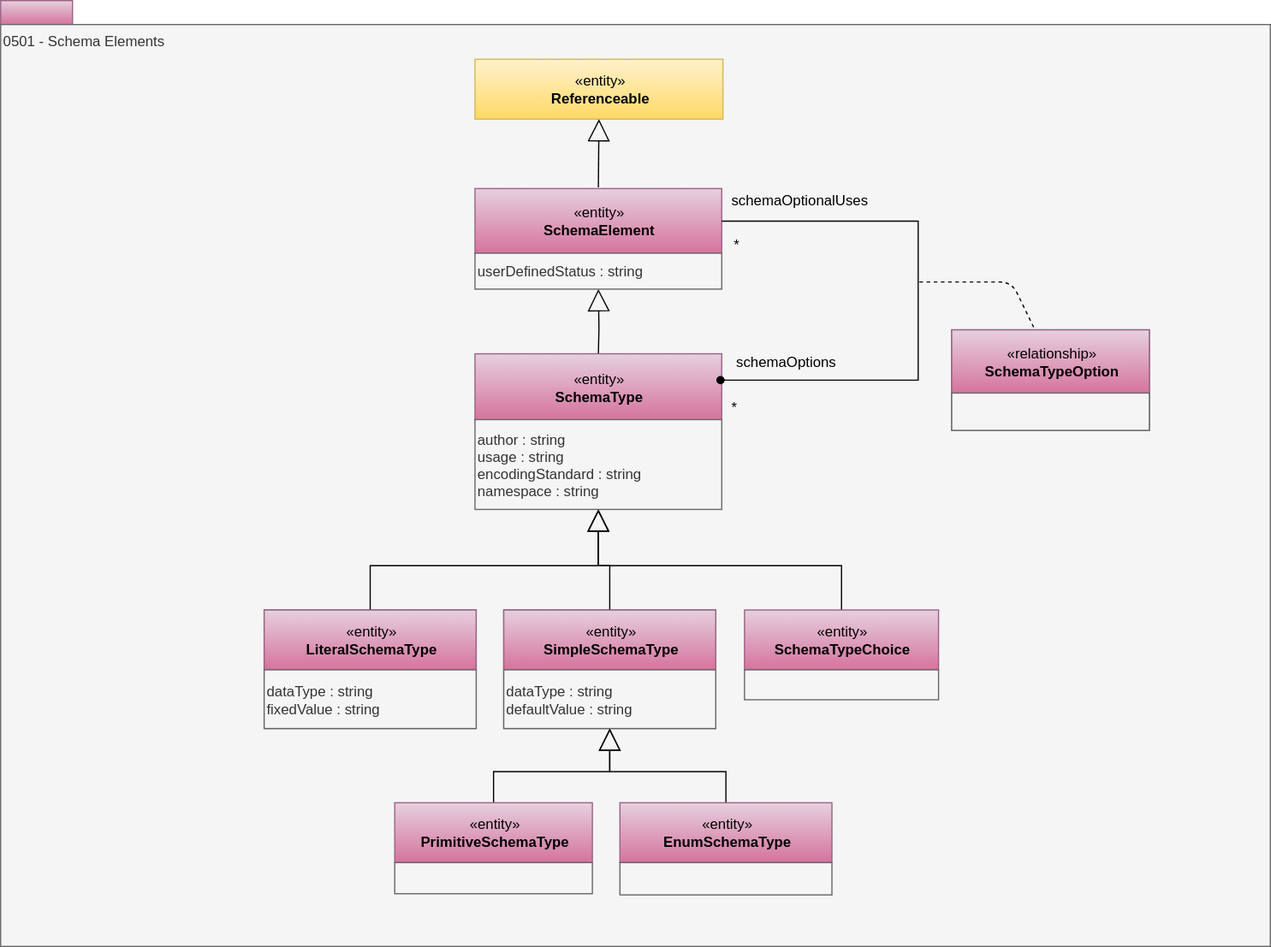
The draw.io diagram site/docs/types/5/0501-Schema-Elements.svg in odpi/egeria-docs, before a commit. Source tidied: cells renumbered, new cells last; positions are measured from the earlier drawing's top-left corner, leaving out a move shared by most shapes.
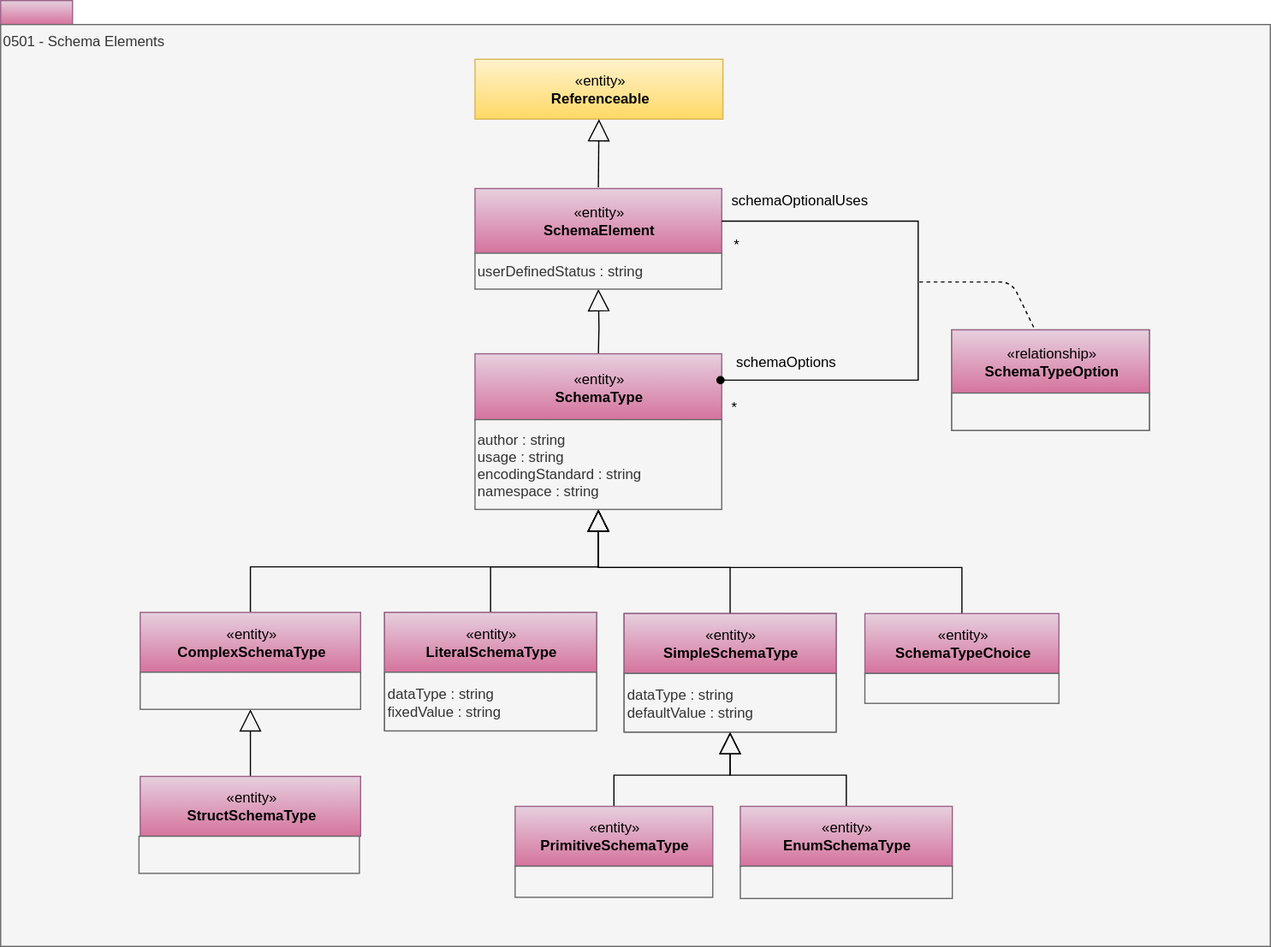
Later version of the same file.

The edit, as a diff of the source:
```diff
@@ -54,13 +54,13 @@
       <mxGeometry y="52.8" width="165" height="31.2" as="geometry" />
     </mxCell>
     <mxCell id="16" style="group;fillColor=#f5f5f5;fontColor=#333333;strokeColor=#666666;" parent="1" vertex="1">
-      <mxGeometry x="420" y="509" width="177" height="99" as="geometry" />
+      <mxGeometry x="520.5" y="512" width="177" height="99" as="geometry" />
     </mxCell>
     <mxCell id="17" style="edgeStyle=orthogonalEdgeStyle;rounded=0;jettySize=auto;html=1;exitX=0.5;exitY=0;exitDx=0;exitDy=0;startSize=6;endArrow=block;endFill=0;endSize=16;entryX=0.5;entryY=1;entryDx=0;entryDy=0;" parent="1" edge="1" source="35" target="23">
       <mxGeometry relative="1" as="geometry" />
     </mxCell>
     <mxCell id="18" style="group;fillColor=#f5f5f5;fontColor=#333333;strokeColor=#666666;" parent="1" vertex="1">
-      <mxGeometry x="220" y="509" width="177" height="99" as="geometry" />
+      <mxGeometry x="320.5" y="511" width="177" height="99" as="geometry" />
     </mxCell>
     <mxCell id="19" style="edgeStyle=orthogonalEdgeStyle;rounded=0;jettySize=auto;html=1;exitX=0.5;exitY=0;exitDx=0;exitDy=0;startSize=6;endArrow=block;endFill=0;endSize=16;" parent="1" edge="1" source="33" target="23">
       <mxGeometry relative="1" as="geometry" />
@@ -92,34 +92,52 @@
       </mxGeometry>
     </mxCell>
     <mxCell id="27" value="«entity»&lt;br&gt;&lt;b&gt;SchemaTypeChoice&lt;/b&gt;" style="html=1;strokeColor=#996185;align=center;fillColor=#e6d0de;gradientColor=#d5739d;" parent="1" vertex="1">
-      <mxGeometry x="621" y="509" width="162" height="50" as="geometry" />
+      <mxGeometry x="721.5" y="512" width="162" height="50" as="geometry" />
     </mxCell>
     <mxCell id="28" value="&lt;br&gt;&lt;div style=&quot;text-align: left&quot;&gt;&lt;/div&gt;" style="rounded=0;whiteSpace=wrap;html=1;strokeColor=#666666;align=left;fillColor=#f5f5f5;fontColor=#333333;" parent="1" vertex="1">
-      <mxGeometry x="621" y="559" width="162" height="25" as="geometry" />
+      <mxGeometry x="721.5" y="562" width="162" height="25" as="geometry" />
     </mxCell>
     <mxCell id="29" value="«entity»&lt;br&gt;&lt;b&gt;EnumSchemaType&lt;/b&gt;" style="html=1;strokeColor=#996185;align=center;fillColor=#e6d0de;gradientColor=#d5739d;" parent="1" vertex="1">
-      <mxGeometry x="517" y="670" width="177" height="50" as="geometry" />
+      <mxGeometry x="617.5" y="673" width="177" height="50" as="geometry" />
     </mxCell>
     <mxCell id="30" value="&lt;br&gt;&lt;div style=&quot;text-align: left&quot;&gt;&lt;/div&gt;" style="rounded=0;whiteSpace=wrap;html=1;strokeColor=#666666;align=left;fillColor=#f5f5f5;fontColor=#333333;" parent="1" vertex="1">
-      <mxGeometry x="517" y="720" width="177" height="27" as="geometry" />
+      <mxGeometry x="617.5" y="723" width="177" height="27" as="geometry" />
     </mxCell>
     <mxCell id="31" value="«entity»&lt;br&gt;&lt;b&gt;PrimitiveSchemaType&lt;/b&gt;" style="html=1;strokeColor=#996185;align=center;fillColor=#e6d0de;gradientColor=#d5739d;" parent="1" vertex="1">
-      <mxGeometry x="329" y="670" width="165" height="50" as="geometry" />
+      <mxGeometry x="429.5" y="673" width="165" height="50" as="geometry" />
     </mxCell>
     <mxCell id="32" value="&lt;br&gt;&lt;div style=&quot;text-align: left&quot;&gt;&lt;/div&gt;" style="rounded=0;whiteSpace=wrap;html=1;strokeColor=#666666;align=left;fillColor=#f5f5f5;fontColor=#333333;" parent="1" vertex="1">
-      <mxGeometry x="329" y="720" width="165" height="26" as="geometry" />
+      <mxGeometry x="429.5" y="723" width="165" height="26" as="geometry" />
     </mxCell>
     <mxCell id="33" value="«entity»&lt;br&gt;&lt;b&gt;LiteralSchemaType&lt;/b&gt;" style="html=1;strokeColor=#996185;align=center;fillColor=#e6d0de;gradientColor=#d5739d;" parent="1" vertex="1">
-      <mxGeometry x="220" y="509" width="177" height="50" as="geometry" />
+      <mxGeometry x="320.5" y="511" width="177" height="50" as="geometry" />
     </mxCell>
     <mxCell id="34" value="dataType : string&lt;br&gt;fixedValue : string&lt;br&gt;&lt;div style=&quot;text-align: left&quot;&gt;&lt;/div&gt;" style="rounded=0;whiteSpace=wrap;html=1;strokeColor=#666666;align=left;fillColor=#f5f5f5;fontColor=#333333;" parent="1" vertex="1">
-      <mxGeometry x="220" y="559" width="177" height="49" as="geometry" />
+      <mxGeometry x="320.5" y="561" width="177" height="49" as="geometry" />
     </mxCell>
     <mxCell id="35" value="«entity»&lt;br&gt;&lt;b&gt;SimpleSchemaType&lt;/b&gt;" style="html=1;strokeColor=#996185;align=center;fillColor=#e6d0de;gradientColor=#d5739d;" parent="1" vertex="1">
-      <mxGeometry x="420" y="509" width="177" height="50" as="geometry" />
+      <mxGeometry x="520.5" y="512" width="177" height="50" as="geometry" />
     </mxCell>
     <mxCell id="36" value="dataType : string&lt;br&gt;defaultValue : string&lt;br&gt;&lt;div style=&quot;text-align: left&quot;&gt;&lt;/div&gt;" style="rounded=0;whiteSpace=wrap;html=1;strokeColor=#666666;align=left;fillColor=#f5f5f5;fontColor=#333333;" parent="1" vertex="1">
-      <mxGeometry x="420" y="559" width="177" height="49" as="geometry" />
+      <mxGeometry x="520.5" y="562" width="177" height="49" as="geometry" />
     </mxCell>
+    <mxCell id="37" style="edgeStyle=orthogonalEdgeStyle;rounded=0;jettySize=auto;html=1;exitX=0.5;exitY=0;exitDx=0;exitDy=0;entryX=0.5;entryY=1;entryDx=0;entryDy=0;endArrow=block;endFill=0;endSize=16;" parent="1" edge="1" source="41" target="23">
+      <mxGeometry relative="1" as="geometry" />
+    </mxCell>
+    <mxCell id="38" style="edgeStyle=orthogonalEdgeStyle;rounded=0;jettySize=auto;html=1;exitX=0.5;exitY=0;exitDx=0;exitDy=0;entryX=0.5;entryY=1;entryDx=0;entryDy=0;endArrow=block;endFill=0;endSize=16;" parent="1" edge="1" source="39" target="42">
+      <mxGeometry relative="1" as="geometry" />
+    </mxCell>
+    <mxCell id="39" value="«entity»&lt;br&gt;&lt;b&gt;StructSchemaType&lt;/b&gt;" style="html=1;strokeColor=#996185;align=center;fillColor=#e6d0de;gradientColor=#d5739d;" parent="1" vertex="1">
+      <mxGeometry x="116.5" y="648" width="184" height="50" as="geometry" />
+    </mxCell>
+    <mxCell id="40" style="rounded=0;whiteSpace=wrap;html=1;strokeColor=#666666;align=center;fillColor=#f5f5f5;fontColor=#333333;" parent="1" vertex="1">
+      <mxGeometry x="115.5" y="698" width="184" height="31" as="geometry" />
+    </mxCell>
+    <mxCell id="41" value="«entity»&lt;br&gt;&lt;b&gt;ComplexSchemaType&lt;/b&gt;" style="html=1;strokeColor=#996185;align=center;fillColor=#e6d0de;gradientColor=#d5739d;" parent="1" vertex="1">
+      <mxGeometry x="116.5" y="511" width="184" height="50" as="geometry" />
+    </mxCell>
+    <mxCell id="42" style="rounded=0;whiteSpace=wrap;html=1;strokeColor=#666666;align=center;fillColor=#f5f5f5;fontColor=#333333;" parent="1" vertex="1">
+      <mxGeometry x="116.5" y="561" width="184" height="31" as="geometry" />
+    </mxCell>
   </root>
 </mxGraphModel>
```
